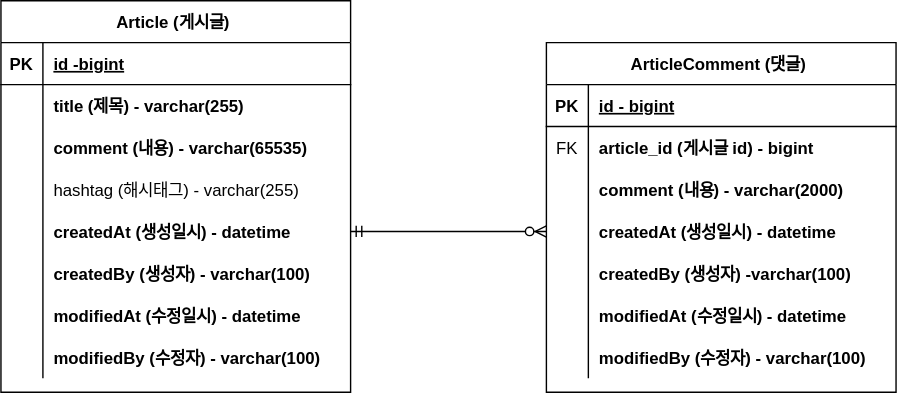
This is document/project-board-erd.svg from o-rchid/springboot-board-project, a draw.io export, as it was before one commit. Source tidied: cells renumbered, new cells last; positions are measured from the earlier drawing's top-left corner, leaving out a move shared by most shapes.
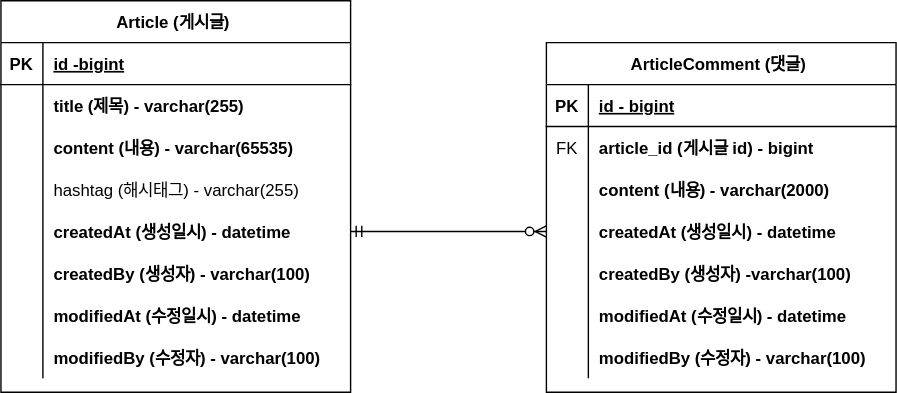
After the commit.

Change to the diagram source:
```diff
@@ -29,7 +29,7 @@
     <mxCell id="10" style="shape=partialRectangle;overflow=hidden;fillColor=none;top=0;left=0;bottom=0;right=0;" parent="9" vertex="1">
       <mxGeometry width="30" height="30" as="geometry" />
     </mxCell>
-    <mxCell id="11" value="comment (내용) - varchar(65535)" style="shape=partialRectangle;overflow=hidden;fillColor=none;top=0;left=0;bottom=0;right=0;align=left;spacingLeft=6;fontStyle=1;" parent="9" vertex="1">
+    <mxCell id="11" value="content (내용) - varchar(65535)" style="shape=partialRectangle;overflow=hidden;fillColor=none;top=0;left=0;bottom=0;right=0;align=left;spacingLeft=6;fontStyle=1;" parent="9" vertex="1">
       <mxGeometry x="30" width="220" height="30" as="geometry" />
     </mxCell>
     <mxCell id="12" style="shape=partialRectangle;fillColor=none;top=0;left=0;right=0;bottom=0;" parent="2" vertex="1">
@@ -104,7 +104,7 @@
     <mxCell id="35" style="shape=partialRectangle;overflow=hidden;fillColor=none;top=0;left=0;bottom=0;right=0;" parent="34" vertex="1">
       <mxGeometry width="30" height="30" as="geometry" />
     </mxCell>
-    <mxCell id="36" value="comment (내용) - varchar(2000)" style="shape=partialRectangle;overflow=hidden;fillColor=none;top=0;left=0;bottom=0;right=0;align=left;spacingLeft=6;fontStyle=1;" parent="34" vertex="1">
+    <mxCell id="36" value="content (내용) - varchar(2000)" style="shape=partialRectangle;overflow=hidden;fillColor=none;top=0;left=0;bottom=0;right=0;align=left;spacingLeft=6;fontStyle=1;" parent="34" vertex="1">
       <mxGeometry x="30" width="220" height="30" as="geometry" />
     </mxCell>
     <mxCell id="37" style="shape=partialRectangle;fillColor=none;points=[[0,0.5],[1,0.5]];portConstraint=eastwest;top=0;left=0;right=0;bottom=0;" parent="27" vertex="1">
```
